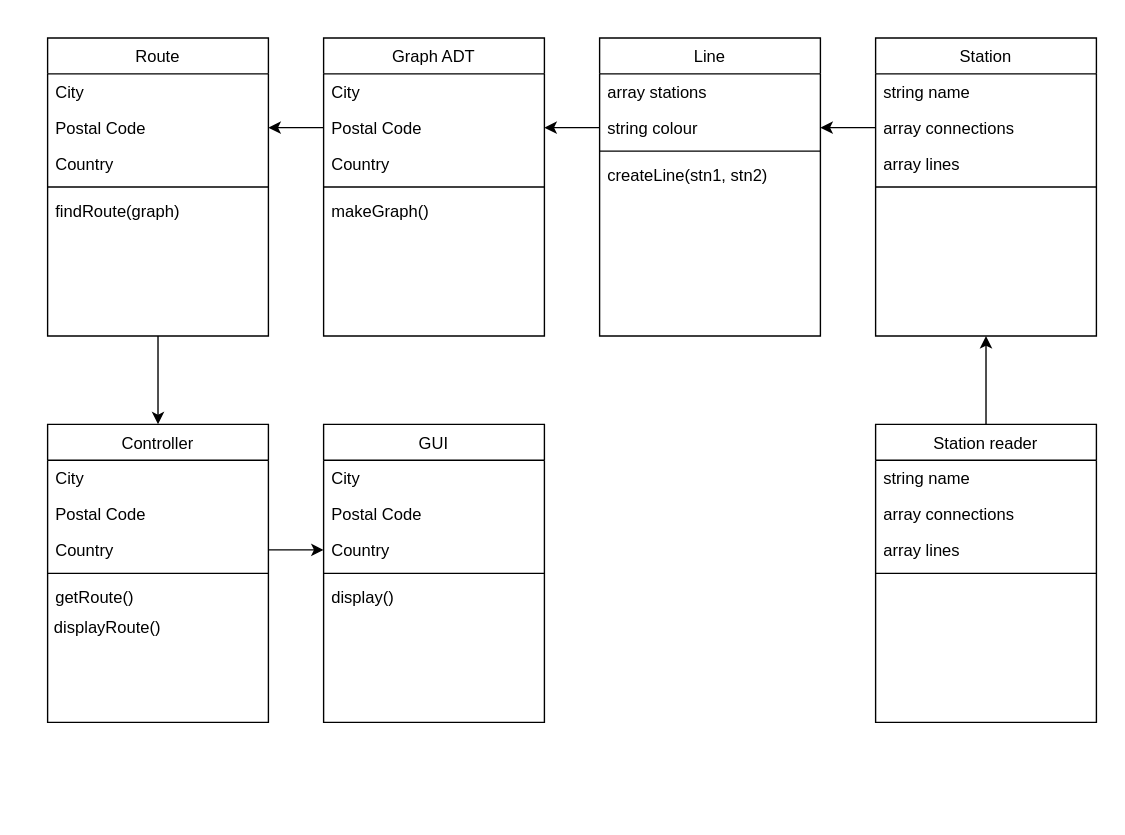
This is BostonMetro.drawio from samwod1/BostonMetroProject, a draw.io file, before an edit. Source tidied: cells renumbered, new cells numbered last; positions are measured from the earlier drawing's top-left corner, leaving out a move shared by most shapes. Both pictures are drawn from the tidied source at 138%, with x=0, y=0 at pixel (47, 37).
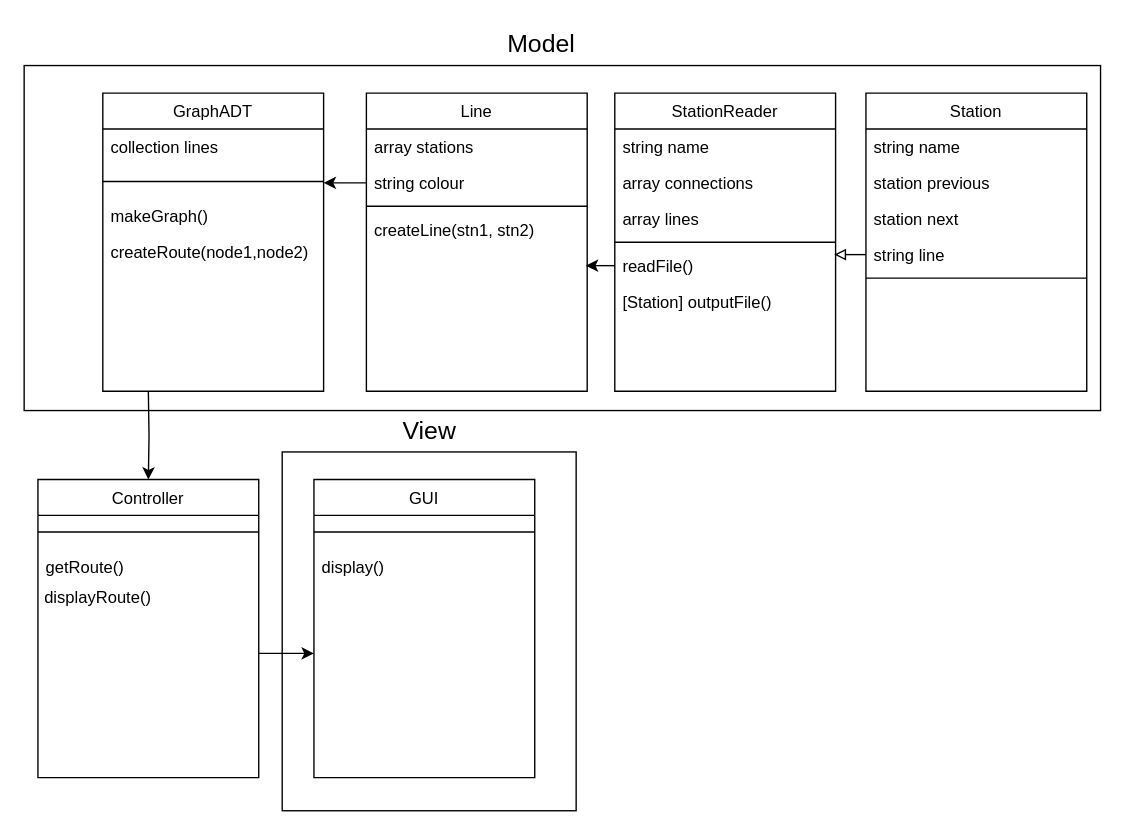
The same page after the edit.

The change refers to these unchanged cells:
```xml
<mxCell id="29" value="string colour" style="text;align=left;verticalAlign=top;spacingLeft=4;spacingRight=4;overflow=hidden;points=[[0,0.5],[1,0.5]];portConstraint=eastwest;rounded=0;shadow=0;html=0;" parent="27" vertex="1">
  <mxGeometry y="52" width="160" height="26" as="geometry" />
</mxCell>
```

What changed in the source:
```diff
@@
+    <mxCell id="48" style="rounded=0;whiteSpace=wrap;html=1;fontSize=18;" parent="1" vertex="1">
+      <mxGeometry x="170" y="300" width="213" height="260" as="geometry" />
+    </mxCell>
+    <mxCell id="49" style="rounded=0;whiteSpace=wrap;html=1;" parent="1" vertex="1">
+      <mxGeometry x="-17" y="20" width="780" height="250" as="geometry" />
+    </mxCell>
-    <mxCell id="2" style="edgeStyle=orthogonalEdgeStyle;rounded=0;jettySize=auto;html=1;exitX=0.5;exitY=1;exitDx=0;exitDy=0;entryX=0.5;entryY=0;entryDx=0;entryDy=0;" parent="1" edge="1" source="3" target="14">
-      <mxGeometry relative="1" as="geometry" />
+    <mxCell id="2" style="edgeStyle=orthogonalEdgeStyle;rounded=0;jettySize=auto;html=1;exitX=0.5;exitY=1;exitDx=0;exitDy=0;entryX=0.5;entryY=0;entryDx=0;entryDy=0;" parent="1" edge="1" target="14">
+      <mxGeometry relative="1" as="geometry">
+        <mxPoint x="73" y="256" as="sourcePoint" />
+      </mxGeometry>
     </mxCell>
-    <mxCell id="3" value="Route" style="swimlane;fontStyle=0;align=center;verticalAlign=top;horizontal=1;startSize=26;rounded=0;shadow=0;strokeWidth=1;" parent="1" vertex="1">
-      <mxGeometry width="160" height="216" as="geometry" />
-    </mxCell>
-    <mxCell id="4" value="City" style="text;align=left;verticalAlign=top;spacingLeft=4;spacingRight=4;overflow=hidden;rounded=0;shadow=0;html=0;" parent="3" vertex="1">
-      <mxGeometry y="26" width="160" height="26" as="geometry" />
-    </mxCell>
-    <mxCell id="5" value="Postal Code" style="text;align=left;verticalAlign=top;spacingLeft=4;spacingRight=4;overflow=hidden;points=[[0,0.5],[1,0.5]];portConstraint=eastwest;rounded=0;shadow=0;html=0;" parent="3" vertex="1">
-      <mxGeometry y="52" width="160" height="26" as="geometry" />
-    </mxCell>
-    <mxCell id="6" value="Country" style="text;align=left;verticalAlign=top;spacingLeft=4;spacingRight=4;overflow=hidden;rounded=0;shadow=0;html=0;" parent="3" vertex="1">
-      <mxGeometry y="78" width="160" height="26" as="geometry" />
-    </mxCell>
-    <mxCell id="7" style="line;html=1;strokeWidth=1;align=left;verticalAlign=middle;spacingTop=-1;spacingLeft=3;spacingRight=3;labelPosition=right;" parent="3" vertex="1">
-      <mxGeometry y="104" width="160" height="8" as="geometry" />
-    </mxCell>
-    <mxCell id="8" value="findRoute(graph)" style="text;align=left;verticalAlign=top;spacingLeft=4;spacingRight=4;overflow=hidden;" parent="3" vertex="1">
-      <mxGeometry y="112" width="160" height="26" as="geometry" />
-    </mxCell>
     <mxCell id="9" value="Station" style="swimlane;fontStyle=0;align=center;verticalAlign=top;horizontal=1;startSize=26;rounded=0;shadow=0;strokeWidth=1;" parent="1" vertex="1">
-      <mxGeometry x="600" width="160" height="216" as="geometry" />
+      <mxGeometry x="593" y="40" width="160" height="216" as="geometry" />
     </mxCell>
@@
-    <mxCell id="11" value="array connections" style="text;align=left;verticalAlign=top;spacingLeft=4;spacingRight=4;overflow=hidden;points=[[0,0.5],[1,0.5]];portConstraint=eastwest;rounded=0;shadow=0;html=0;" parent="9" vertex="1">
-      <mxGeometry y="52" width="160" height="26" as="geometry" />
-    </mxCell>
+    <mxCell id="50" value="station previous" style="text;align=left;verticalAlign=top;spacingLeft=4;spacingRight=4;overflow=hidden;rounded=0;shadow=0;html=0;" parent="9" vertex="1">
+      <mxGeometry y="52" width="160" height="26" as="geometry" />
+    </mxCell>
+    <mxCell id="51" value="station next" style="text;align=left;verticalAlign=top;spacingLeft=4;spacingRight=4;overflow=hidden;rounded=0;shadow=0;html=0;" parent="9" vertex="1">
+      <mxGeometry y="78" width="160" height="26" as="geometry" />
+    </mxCell>
-    <mxCell id="12" value="array lines" style="text;align=left;verticalAlign=top;spacingLeft=4;spacingRight=4;overflow=hidden;points=[[0,0.5],[1,0.5]];portConstraint=eastwest;rounded=0;shadow=0;html=0;" parent="9" vertex="1">
-      <mxGeometry y="78" width="160" height="26" as="geometry" />
+    <mxCell id="12" value="string line" style="text;align=left;verticalAlign=top;spacingLeft=4;spacingRight=4;overflow=hidden;points=[[0,0.5],[1,0.5]];portConstraint=eastwest;rounded=0;shadow=0;html=0;" parent="9" vertex="1">
+      <mxGeometry y="104" width="160" height="26" as="geometry" />
     </mxCell>
     <mxCell id="13" style="line;html=1;strokeWidth=1;align=left;verticalAlign=middle;spacingTop=-1;spacingLeft=3;spacingRight=3;labelPosition=right;" parent="9" vertex="1">
-      <mxGeometry y="104" width="160" height="8" as="geometry" />
+      <mxGeometry y="130" width="160" height="8" as="geometry" />
     </mxCell>
     <mxCell id="14" value="Controller" style="swimlane;fontStyle=0;align=center;verticalAlign=top;horizontal=1;startSize=26;rounded=0;shadow=0;strokeWidth=1;" parent="1" vertex="1">
-      <mxGeometry y="280" width="160" height="216" as="geometry" />
+      <mxGeometry x="-7" y="320" width="160" height="216" as="geometry" />
     </mxCell>
-    <mxCell id="15" value="City" style="text;align=left;verticalAlign=top;spacingLeft=4;spacingRight=4;overflow=hidden;rounded=0;shadow=0;html=0;" parent="14" vertex="1">
-      <mxGeometry y="26" width="160" height="26" as="geometry" />
-    </mxCell>
-    <mxCell id="16" value="Postal Code" style="text;align=left;verticalAlign=top;spacingLeft=4;spacingRight=4;overflow=hidden;rounded=0;shadow=0;html=0;" parent="14" vertex="1">
-      <mxGeometry y="52" width="160" height="26" as="geometry" />
-    </mxCell>
-    <mxCell id="17" value="Country" style="text;align=left;verticalAlign=top;spacingLeft=4;spacingRight=4;overflow=hidden;points=[[0,0.5],[1,0.5]];portConstraint=eastwest;rounded=0;shadow=0;html=0;" parent="14" vertex="1">
-      <mxGeometry y="78" width="160" height="26" as="geometry" />
-    </mxCell>
     <mxCell id="18" style="line;html=1;strokeWidth=1;align=left;verticalAlign=middle;spacingTop=-1;spacingLeft=3;spacingRight=3;labelPosition=right;" parent="14" vertex="1">
-      <mxGeometry y="104" width="160" height="8" as="geometry" />
+      <mxGeometry y="26" width="160" height="24" as="geometry" />
     </mxCell>
     <mxCell id="19" value="getRoute()" style="text;align=left;verticalAlign=top;spacingLeft=4;spacingRight=4;overflow=hidden;" parent="14" vertex="1">
-      <mxGeometry y="112" width="160" height="26" as="geometry" />
+      <mxGeometry y="50" width="160" height="26" as="geometry" />
     </mxCell>
     <mxCell id="20" value="&lt;div&gt;&lt;span&gt;displayRoute()&lt;/span&gt;&lt;/div&gt;" style="text;html=1;strokeColor=none;fillColor=none;align=left;verticalAlign=middle;whiteSpace=wrap;rounded=0;spacing=5;" parent="14" vertex="1">
-      <mxGeometry y="138" width="160" height="20" as="geometry" />
+      <mxGeometry y="76" width="160" height="20" as="geometry" />
     </mxCell>
     <mxCell id="21" value="GUI" style="swimlane;fontStyle=0;align=center;verticalAlign=top;horizontal=1;startSize=26;rounded=0;shadow=0;strokeWidth=1;" parent="1" vertex="1">
-      <mxGeometry x="200" y="280" width="160" height="216" as="geometry" />
+      <mxGeometry x="193" y="320" width="160" height="216" as="geometry" />
     </mxCell>
-    <mxCell id="22" value="City" style="text;align=left;verticalAlign=top;spacingLeft=4;spacingRight=4;overflow=hidden;rounded=0;shadow=0;html=0;" parent="21" vertex="1">
-      <mxGeometry y="26" width="160" height="26" as="geometry" />
-    </mxCell>
-    <mxCell id="23" value="Postal Code" style="text;align=left;verticalAlign=top;spacingLeft=4;spacingRight=4;overflow=hidden;rounded=0;shadow=0;html=0;" parent="21" vertex="1">
-      <mxGeometry y="52" width="160" height="26" as="geometry" />
-    </mxCell>
-    <mxCell id="24" value="Country" style="text;align=left;verticalAlign=top;spacingLeft=4;spacingRight=4;overflow=hidden;points=[[0,0.5],[1,0.5]];portConstraint=eastwest;rounded=0;shadow=0;html=0;" parent="21" vertex="1">
-      <mxGeometry y="78" width="160" height="26" as="geometry" />
-    </mxCell>
     <mxCell id="25" style="line;html=1;strokeWidth=1;align=left;verticalAlign=middle;spacingTop=-1;spacingLeft=3;spacingRight=3;labelPosition=right;" parent="21" vertex="1">
-      <mxGeometry y="104" width="160" height="8" as="geometry" />
+      <mxGeometry y="26" width="160" height="24" as="geometry" />
     </mxCell>
     <mxCell id="26" value="display()" style="text;align=left;verticalAlign=top;spacingLeft=4;spacingRight=4;overflow=hidden;" parent="21" vertex="1">
-      <mxGeometry y="112" width="160" height="26" as="geometry" />
+      <mxGeometry y="50" width="160" height="26" as="geometry" />
     </mxCell>
+    <mxCell id="52" style="endArrow=classic;html=1;rounded=0;fontSize=18;" parent="21" edge="1">
+      <mxGeometry relative="1" as="geometry">
+        <mxPoint x="-40" y="126" as="sourcePoint" />
+        <mxPoint y="126" as="targetPoint" />
+      </mxGeometry>
+    </mxCell>
     <mxCell id="27" value="Line" style="swimlane;fontStyle=0;align=center;verticalAlign=top;horizontal=1;startSize=26;rounded=0;shadow=0;strokeWidth=1;" parent="1" vertex="1">
-      <mxGeometry x="400" width="160" height="216" as="geometry" />
+      <mxGeometry x="231" y="40" width="160" height="216" as="geometry" />
     </mxCell>
@@
-    <mxCell id="32" value="Graph ADT" style="swimlane;fontStyle=0;align=center;verticalAlign=top;horizontal=1;startSize=26;rounded=0;shadow=0;strokeWidth=1;" parent="1" vertex="1">
-      <mxGeometry x="200" width="160" height="216" as="geometry" />
+    <mxCell id="32" value="GraphADT" style="swimlane;fontStyle=0;align=center;verticalAlign=top;horizontal=1;startSize=26;rounded=0;shadow=0;strokeWidth=1;" parent="1" vertex="1">
+      <mxGeometry x="40" y="40" width="160" height="216" as="geometry" />
     </mxCell>
-    <mxCell id="33" value="City" style="text;align=left;verticalAlign=top;spacingLeft=4;spacingRight=4;overflow=hidden;rounded=0;shadow=0;html=0;" parent="32" vertex="1">
-      <mxGeometry y="26" width="160" height="26" as="geometry" />
-    </mxCell>
-    <mxCell id="34" value="Postal Code" style="text;align=left;verticalAlign=top;spacingLeft=4;spacingRight=4;overflow=hidden;points=[[0,0.5],[1,0.5]];portConstraint=eastwest;rounded=0;shadow=0;html=0;" parent="32" vertex="1">
-      <mxGeometry y="52" width="160" height="26" as="geometry" />
-    </mxCell>
-    <mxCell id="35" value="Country" style="text;align=left;verticalAlign=top;spacingLeft=4;spacingRight=4;overflow=hidden;rounded=0;shadow=0;html=0;" parent="32" vertex="1">
-      <mxGeometry y="78" width="160" height="26" as="geometry" />
-    </mxCell>
+    <mxCell id="53" value="collection lines" style="text;align=left;verticalAlign=top;spacingLeft=4;spacingRight=4;overflow=hidden;" parent="32" vertex="1">
+      <mxGeometry y="26" width="160" height="26" as="geometry" />
+    </mxCell>
     <mxCell id="36" style="line;html=1;strokeWidth=1;align=left;verticalAlign=middle;spacingTop=-1;spacingLeft=3;spacingRight=3;labelPosition=right;" parent="32" vertex="1">
-      <mxGeometry y="104" width="160" height="8" as="geometry" />
+      <mxGeometry y="52" width="160" height="24" as="geometry" />
     </mxCell>
     <mxCell id="37" value="makeGraph()" style="text;align=left;verticalAlign=top;spacingLeft=4;spacingRight=4;overflow=hidden;" parent="32" vertex="1">
-      <mxGeometry y="112" width="160" height="26" as="geometry" />
+      <mxGeometry y="76" width="160" height="26" as="geometry" />
     </mxCell>
+    <mxCell id="54" value="createRoute(node1,node2)" style="text;align=left;verticalAlign=top;spacingLeft=4;spacingRight=4;overflow=hidden;" parent="32" vertex="1">
+      <mxGeometry y="102" width="160" height="26" as="geometry" />
+    </mxCell>
-    <mxCell id="38" style="edgeStyle=orthogonalEdgeStyle;rounded=0;jettySize=auto;html=1;exitX=0;exitY=0.5;exitDx=0;exitDy=0;entryX=1;entryY=0.5;entryDx=0;entryDy=0;" parent="1" edge="1" source="29" target="34">
-      <mxGeometry relative="1" as="geometry" />
+    <mxCell id="38" style="edgeStyle=orthogonalEdgeStyle;rounded=0;jettySize=auto;html=1;exitX=0;exitY=0.5;exitDx=0;exitDy=0;entryX=1;entryY=0.5;entryDx=0;entryDy=0;" parent="1" edge="1" source="29">
+      <mxGeometry relative="1" as="geometry">
+        <mxPoint x="200" y="105" as="targetPoint" />
+      </mxGeometry>
     </mxCell>
-    <mxCell id="39" style="edgeStyle=orthogonalEdgeStyle;rounded=0;jettySize=auto;html=1;exitX=0;exitY=0.5;exitDx=0;exitDy=0;entryX=1;entryY=0.5;entryDx=0;entryDy=0;" parent="1" edge="1" source="34" target="5">
-      <mxGeometry relative="1" as="geometry" />
-    </mxCell>
-    <mxCell id="40" style="edgeStyle=orthogonalEdgeStyle;rounded=0;jettySize=auto;html=1;exitX=0;exitY=0.5;exitDx=0;exitDy=0;entryX=1;entryY=0.5;entryDx=0;entryDy=0;" parent="1" edge="1" source="11" target="29">
-      <mxGeometry relative="1" as="geometry" />
-    </mxCell>
-    <mxCell id="41" style="edgeStyle=orthogonalEdgeStyle;rounded=0;jettySize=auto;html=1;exitX=1;exitY=0.5;exitDx=0;exitDy=0;entryX=0;entryY=0.5;entryDx=0;entryDy=0;" parent="1" edge="1" source="17" target="24">
-      <mxGeometry relative="1" as="geometry">
-        <Array as="points">
-          <mxPoint x="190" y="371" />
-          <mxPoint x="190" y="371" />
-        </Array>
-      </mxGeometry>
-    </mxCell>
-    <mxCell id="42" style="edgeStyle=orthogonalEdgeStyle;rounded=0;jettySize=auto;html=1;exitX=0.5;exitY=0;exitDx=0;exitDy=0;entryX=0.5;entryY=1;entryDx=0;entryDy=0;" parent="1" edge="1" source="43" target="9">
-      <mxGeometry relative="1" as="geometry" />
-    </mxCell>
-    <mxCell id="43" value="Station reader" style="swimlane;fontStyle=0;align=center;verticalAlign=top;horizontal=1;startSize=26;rounded=0;shadow=0;strokeWidth=1;" parent="1" vertex="1">
-      <mxGeometry x="600" y="280" width="160" height="216" as="geometry" />
+    <mxCell id="43" value="StationReader" style="swimlane;fontStyle=0;align=center;verticalAlign=top;horizontal=1;startSize=26;rounded=0;shadow=0;strokeWidth=1;" parent="1" vertex="1">
+      <mxGeometry x="411" y="40" width="160" height="216" as="geometry" />
     </mxCell>
@@
+    <mxCell id="55" value="readFile()" style="text;align=left;verticalAlign=top;spacingLeft=4;spacingRight=4;overflow=hidden;points=[[0,0.5],[1,0.5]];portConstraint=eastwest;rounded=0;shadow=0;html=0;" parent="43" vertex="1">
+      <mxGeometry y="112" width="160" height="26" as="geometry" />
+    </mxCell>
+    <mxCell id="56" value="[Station] outputFile()" style="text;align=left;verticalAlign=top;spacingLeft=4;spacingRight=4;overflow=hidden;rounded=0;shadow=0;html=0;" parent="43" vertex="1">
+      <mxGeometry y="138" width="160" height="26" as="geometry" />
+    </mxCell>
+    <mxCell id="57" value="&lt;font style=&quot;font-size: 18px&quot;&gt;Model&lt;/font&gt;" style="text;html=1;strokeColor=none;fillColor=none;align=center;verticalAlign=middle;whiteSpace=wrap;rounded=0;" parent="1" vertex="1">
+      <mxGeometry x="313" y="-10" width="90" height="30" as="geometry" />
+    </mxCell>
+    <mxCell id="58" value="View" style="text;html=1;strokeColor=none;fillColor=none;align=center;verticalAlign=middle;whiteSpace=wrap;rounded=0;fontSize=18;" parent="1" vertex="1">
+      <mxGeometry x="246.5" y="270" width="60" height="30" as="geometry" />
+    </mxCell>
+    <mxCell id="59" style="endArrow=block;html=1;rounded=0;fontSize=18;strokeColor=#000000;exitX=0;exitY=0.5;exitDx=0;exitDy=0;endFill=0;" parent="1" edge="1" source="12">
+      <mxGeometry relative="1" as="geometry">
+        <mxPoint x="570" y="157" as="targetPoint" />
+      </mxGeometry>
+    </mxCell>
+    <mxCell id="60" style="edgeStyle=orthogonalEdgeStyle;rounded=0;jettySize=auto;html=1;exitX=0;exitY=0.5;exitDx=0;exitDy=0;fontSize=18;endArrow=classic;endFill=1;strokeColor=#000000;" parent="1" edge="1" source="55">
+      <mxGeometry relative="1" as="geometry">
+        <mxPoint x="390" y="165" as="targetPoint" />
+      </mxGeometry>
+    </mxCell>
```
